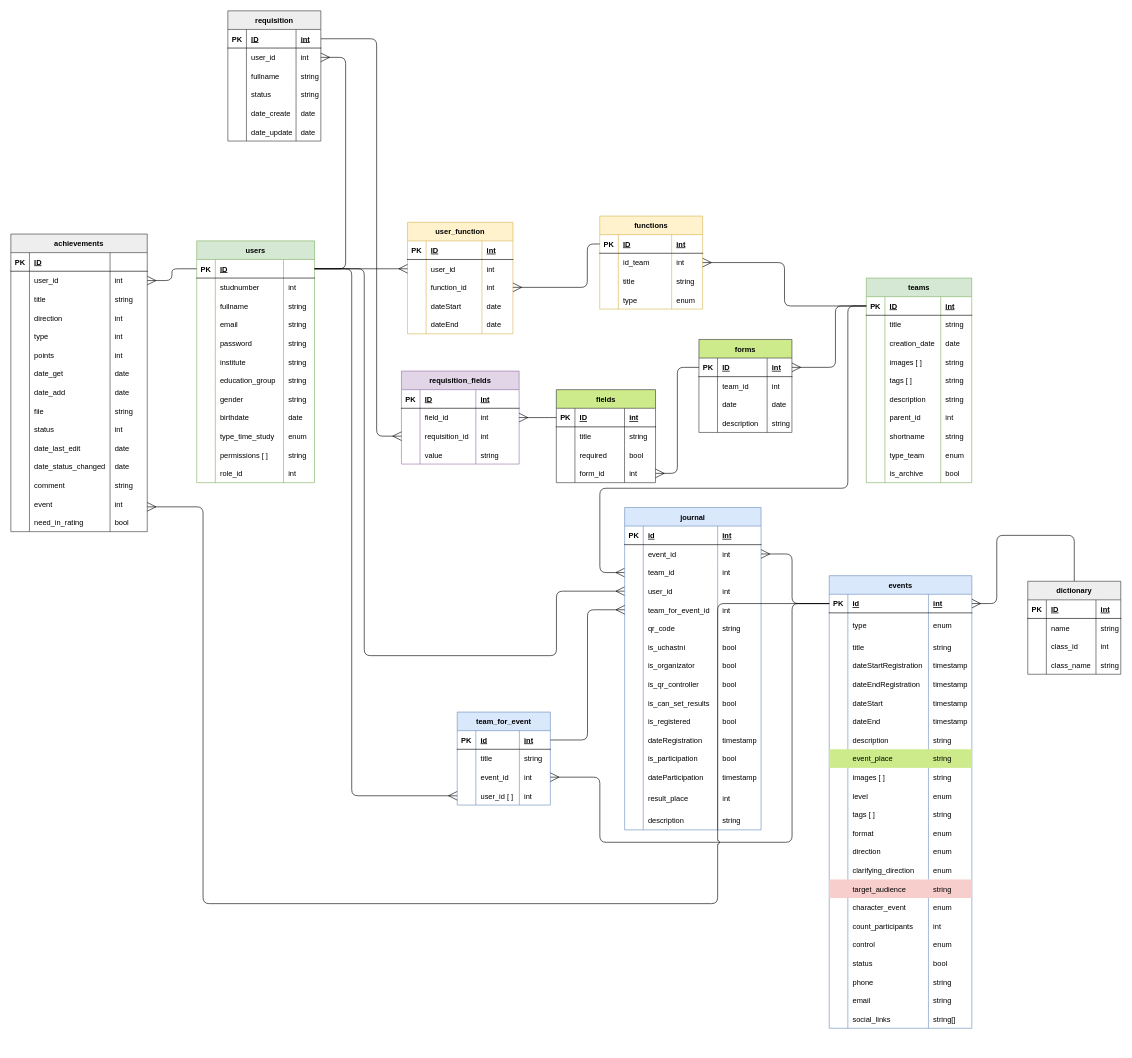
KomogortsevaYulia/Raiting-Teams-Events keeps this draw.io diagram as page "Физическая" (2 of 3) of Схема БД.drawio. Above is the earlier version. Source tidied: cells renumbered, new cells numbered last; positions are measured from the earlier drawing's top-left corner, leaving out a move shared by most shapes. Both pictures are drawn from the tidied source at 62%, with x=0, y=0 at pixel (11, 11).
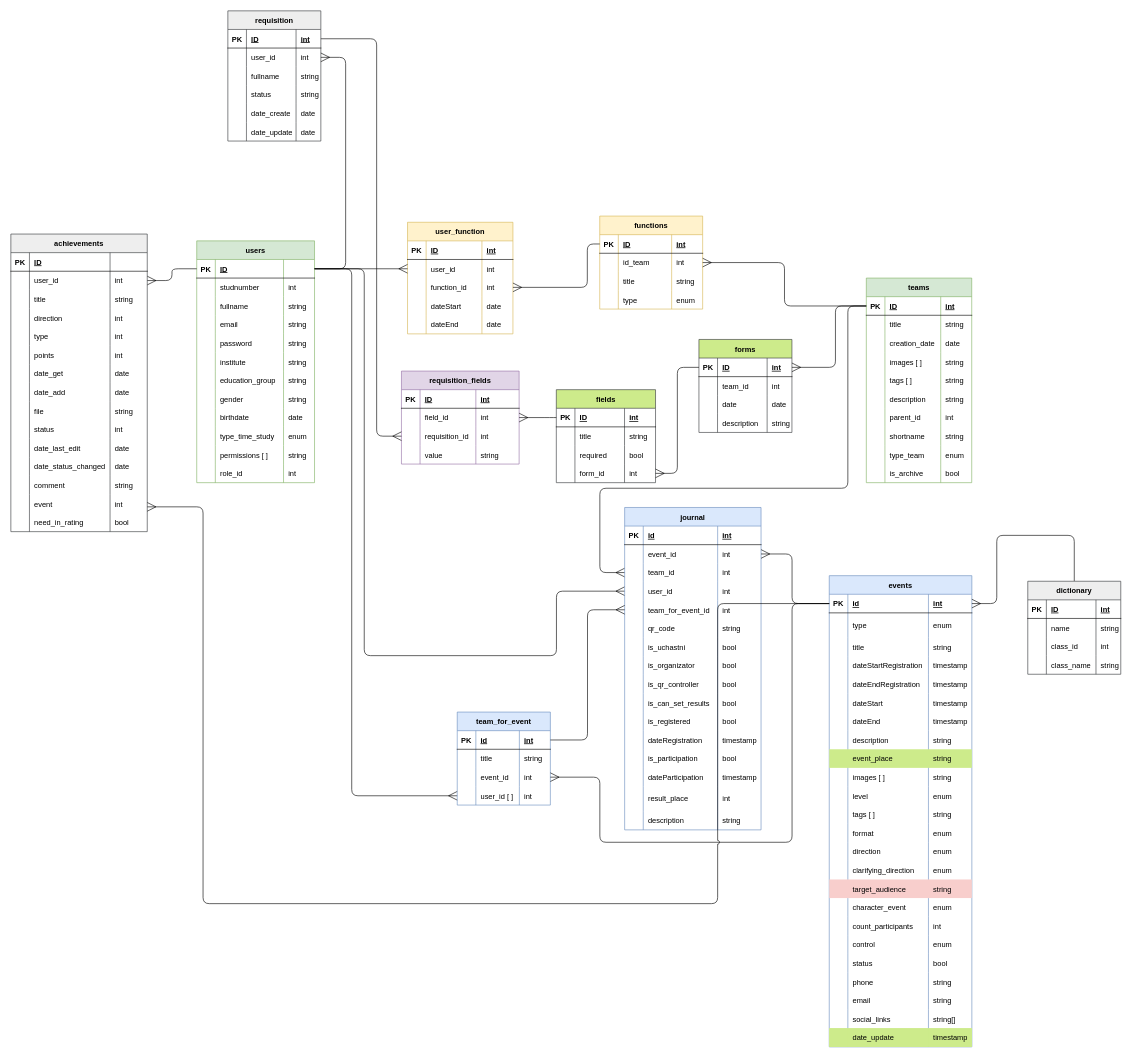
The same diagram, later.

Change to the diagram source:
```diff
@@
     <mxCell id="190" value="events" style="shape=table;startSize=30;childLayout=tableLayout;rowLines=0;fontStyle=1;align=center;fillColor=#dae8fc;strokeColor=#6c8ebf;" parent="1" vertex="1">
-      <mxGeometry x="1320" y="911" width="230" height="730" as="geometry" />
+      <mxGeometry x="1320" y="911" width="230" height="760" as="geometry" />
     </mxCell>
@@
+    <mxCell id="476" style="shape=tableRow;horizontal=0;startSize=0;swimlaneHead=0;swimlaneBody=0;fillColor=#cdeb8b;top=0;left=0;right=0;bottom=0;strokeColor=#36393d;" parent="190" vertex="1">
+      <mxGeometry y="730" width="230" height="30" as="geometry" />
+    </mxCell>
+    <mxCell id="477" style="shape=partialRectangle;fillColor=#cdeb8b;top=0;left=0;bottom=0;right=0;overflow=hidden;strokeColor=#36393d;" parent="476" vertex="1">
+      <mxGeometry width="30" height="30" as="geometry" />
+    </mxCell>
+    <mxCell id="478" value="date_update" style="shape=partialRectangle;fillColor=#cdeb8b;top=0;left=0;bottom=0;right=0;align=left;spacingLeft=6;overflow=hidden;strokeColor=#36393d;" parent="476" vertex="1">
+      <mxGeometry x="30" width="130" height="30" as="geometry" />
+    </mxCell>
+    <mxCell id="479" value="timestamp" style="shape=partialRectangle;fillColor=#cdeb8b;top=0;left=0;bottom=0;right=0;align=left;spacingLeft=6;overflow=hidden;strokeColor=#36393d;" parent="476" vertex="1">
+      <mxGeometry x="160" width="70" height="30" as="geometry" />
+    </mxCell>
```
